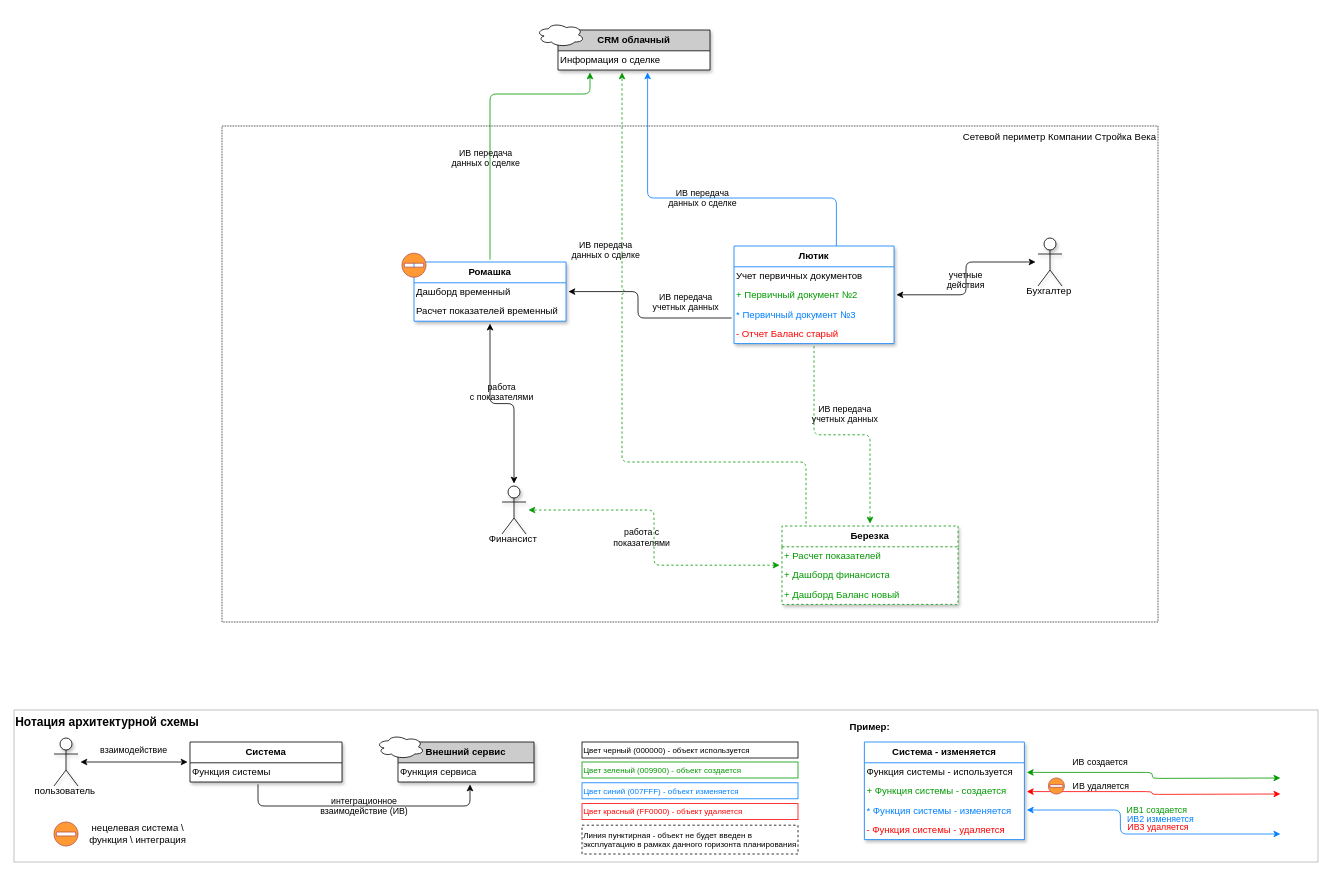
Earlier version of the draw.io diagram templates/L1-diagram-template.drawio (AndrewBiz/tarpar). Source tidied: cells renumbered, new cells numbered last; positions are measured from the earlier drawing's top-left corner, leaving out a move shared by most shapes. Both pictures are drawn from the tidied source at 80%, with x=0, y=0 at pixel (14, 14).
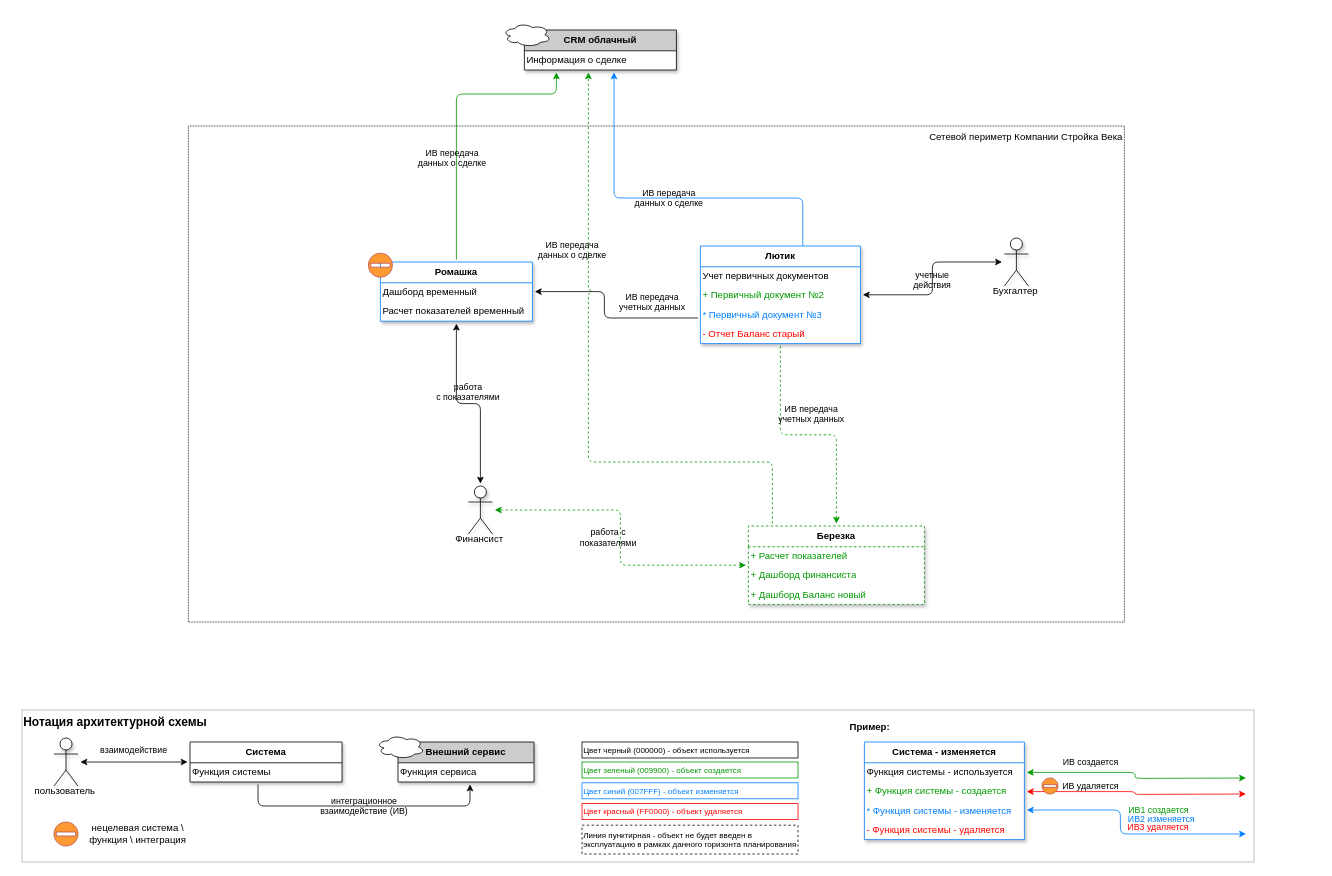
After the change.

The change refers to these unchanged cells:
```xml
<mxCell id="17" value="Система - изменяется" style="swimlane;strokeColor=#007FFF;rounded=0;strokeWidth=1;fontStyle=1;horizontal=1;startSize=26;fillColor=default;whiteSpace=wrap;labelBackgroundColor=none;swimlaneFillColor=#FFFFFF;swimlaneLine=1;shadow=1;glass=0;fixDash=0;movableLabel=0;noLabel=0;snapToPoint=0;perimeter=rectanglePerimeter;enumerate=0;comic=0;spacing=0;" parent="1" vertex="1">
  <mxGeometry x="1063" y="910" width="200" height="122" as="geometry" />
</mxCell>
<mxCell id="18" value="Функция системы - используется" style="text;strokeColor=none;fillColor=none;align=left;verticalAlign=middle;spacingLeft=0;spacingRight=0;overflow=hidden;points=[[0,0.5],[1,0.5]];portConstraint=eastwest;whiteSpace=wrap;fontColor=#000000;noLabel=0;enumerate=0;textShadow=0;labelPosition=center;verticalLabelPosition=middle;spacing=3;" parent="17" vertex="1">
  <mxGeometry y="26" width="200" height="24" as="geometry" />
</mxCell>
<mxCell id="19" value="+ Функция системы - создается" style="text;strokeColor=none;fillColor=none;align=left;verticalAlign=middle;spacingLeft=0;spacingRight=0;overflow=hidden;points=[[0,0.5],[1,0.5]];portConstraint=eastwest;whiteSpace=wrap;fontColor=#009900;enumerate=0;textShadow=0;labelPosition=center;verticalLabelPosition=middle;spacing=3;" parent="17" vertex="1">
  <mxGeometry y="50" width="200" height="24" as="geometry" />
</mxCell>
<mxCell id="54" value="CRM облачный" style="swimlane;strokeColor=#000000;rounded=0;strokeWidth=1;fontStyle=1;horizontal=1;startSize=26;fillColor=#CCCCCC;whiteSpace=wrap;labelBackgroundColor=none;swimlaneFillColor=#FFFFFF;swimlaneLine=1;shadow=1;glass=0;fixDash=0;movableLabel=0;noLabel=0;snapToPoint=0;perimeter=rectanglePerimeter;enumerate=0;comic=0;spacing=0;" parent="53" vertex="1">
  <mxGeometry x="30" y="20" width="190" height="50" as="geometry" />
</mxCell>
<mxCell id="55" value="Информация о сделке" style="text;strokeColor=none;fillColor=none;align=left;verticalAlign=middle;spacingLeft=0;spacingRight=0;overflow=hidden;points=[[0,0.5],[1,0.5]];portConstraint=eastwest;whiteSpace=wrap;fontColor=#000000;noLabel=0;enumerate=0;textShadow=0;labelPosition=center;verticalLabelPosition=middle;spacing=3;" parent="54" vertex="1">
  <mxGeometry y="26" width="190" height="24" as="geometry" />
</mxCell>
```

What changed in the source:
```diff
@@
-    <mxCell id="2" value="Нотация архитектурной схемы" style="rounded=0;whiteSpace=wrap;html=1;fillColor=none;strokeColor=#B3B3B3;verticalAlign=top;fontSize=15;strokeWidth=1;fontStyle=1;align=left;" parent="1" vertex="1">
-      <mxGeometry y="870" width="1630" height="190" as="geometry" />
+    <mxCell id="2" value="Нотация архитектурной схемы" style="rounded=0;whiteSpace=wrap;html=1;fillColor=default;strokeColor=#B3B3B3;verticalAlign=top;fontSize=15;strokeWidth=1;fontStyle=1;align=left;" parent="1" vertex="1">
+      <mxGeometry x="10" y="870" width="1540" height="190" as="geometry" />
     </mxCell>
@@
     <mxCell id="22" value="ИВ создается" style="edgeStyle=orthogonalEdgeStyle;rounded=1;jettySize=auto;fontColor=#000000;strokeColor=#009900;curved=0;fillOpacity=100;noJump=0;orthogonal=1;enumerate=0;perimeterSpacing=3;comic=0;arcSize=15;labelBackgroundColor=none;spacing=0;shadow=0;horizontal=1;startArrow=classic;startFill=1;jumpStyle=arc;" parent="1" edge="1" source="18">
       <mxGeometry x="-0.43" y="13" relative="1" as="geometry">
-        <mxPoint x="1583" y="955" as="targetPoint" />
+        <mxPoint x="1540" y="955" as="targetPoint" />
       </mxGeometry>
     </mxCell>
     <mxCell id="23" value="ИВ удаляется" style="edgeStyle=orthogonalEdgeStyle;rounded=1;jettySize=auto;fontColor=#000000;strokeColor=#FF0000;curved=0;fillOpacity=100;noJump=0;orthogonal=1;enumerate=0;perimeterSpacing=3;comic=0;arcSize=15;labelBackgroundColor=none;spacing=0;shadow=0;horizontal=1;startArrow=classic;startFill=1;jumpStyle=arc;" parent="1" edge="1" source="19">
       <mxGeometry x="-0.42" y="7" relative="1" as="geometry">
-        <mxPoint x="1583" y="975" as="targetPoint" />
+        <mxPoint x="1540" y="975" as="targetPoint" />
       </mxGeometry>
     </mxCell>
     <mxCell id="24" value="ИВ1 создается" style="edgeStyle=orthogonalEdgeStyle;rounded=1;jettySize=auto;fontColor=#009900;strokeColor=#007FFF;curved=0;fillOpacity=100;noJump=0;orthogonal=1;enumerate=0;perimeterSpacing=3;comic=0;arcSize=15;labelBackgroundColor=none;spacing=0;shadow=0;horizontal=1;startArrow=classic;startFill=1;jumpStyle=arc;" parent="1" edge="1" source="17">
-      <mxGeometry x="0.11" y="30" relative="1" as="geometry">
-        <mxPoint x="1583" y="1025" as="targetPoint" />
+      <mxGeometry x="0.28" y="30" relative="1" as="geometry">
+        <mxPoint x="1540" y="1025" as="targetPoint" />
         <Array as="points">
           <mxPoint x="1383" y="995" />
           <mxPoint x="1383" y="1025" />
         </Array>
       </mxGeometry>
     </mxCell>
     <mxCell id="25" value="ИВ2 изменяется" style="edgeLabel;align=center;verticalAlign=middle;labelBackgroundColor=none;fontColor=#007FFF;" parent="24" vertex="1">
       <mxGeometry x="0.21" relative="1" as="geometry">
-        <mxPoint x="-13" y="-20" as="offset" />
+        <mxPoint x="14" y="-20" as="offset" />
       </mxGeometry>
     </mxCell>
     <mxCell id="26" value="ИВ3 удаляется" style="edgeLabel;align=center;verticalAlign=middle;labelBackgroundColor=none;fontColor=#FF0000;" parent="24" vertex="1">
       <mxGeometry x="0.21" relative="1" as="geometry">
-        <mxPoint x="-16" y="-10" as="offset" />
+        <mxPoint x="10" y="-10" as="offset" />
       </mxGeometry>
     </mxCell>
@@
     <mxCell id="30" style="shape=mxgraph.signs.safety.no_entry;html=1;fillColor=#FF9933;strokeColor=#b85450;verticalLabelPosition=bottom;verticalAlign=top;align=center;sketch=0;" parent="1" vertex="1">
-      <mxGeometry x="1293" y="955" width="20" height="20" as="geometry" />
+      <mxGeometry x="1285" y="955" width="20" height="20" as="geometry" />
     </mxCell>
@@
     <mxCell id="32" value="Сетевой периметр Компании Стройка Века" style="rounded=0;whiteSpace=wrap;html=1;fillColor=default;verticalAlign=top;align=right;dashed=1;dashPattern=1 1;shadow=0;" parent="31" vertex="1">
-      <mxGeometry x="260" y="140" width="1170" height="620" as="geometry" />
+      <mxGeometry x="218" y="140" width="1170" height="620" as="geometry" />
     </mxCell>
     <mxCell id="33" value="Ромашка" style="swimlane;strokeColor=#007FFF;rounded=0;strokeWidth=1;fontStyle=1;horizontal=1;startSize=26;fillColor=default;whiteSpace=wrap;labelBackgroundColor=none;swimlaneFillColor=#FFFFFF;swimlaneLine=1;shadow=1;glass=0;fixDash=0;movableLabel=0;noLabel=0;snapToPoint=0;perimeter=rectanglePerimeter;enumerate=0;comic=0;spacing=0;" parent="31" vertex="1">
-      <mxGeometry x="500" y="310" width="190" height="74" as="geometry" />
+      <mxGeometry x="458" y="310" width="190" height="74" as="geometry" />
     </mxCell>
@@
     <mxCell id="36" value="Лютик" style="swimlane;strokeColor=#007FFF;rounded=0;strokeWidth=1;fontStyle=1;horizontal=1;startSize=26;fillColor=default;whiteSpace=wrap;labelBackgroundColor=none;swimlaneFillColor=#FFFFFF;swimlaneLine=1;shadow=1;glass=0;fixDash=0;movableLabel=0;noLabel=0;snapToPoint=0;perimeter=rectanglePerimeter;enumerate=0;comic=0;spacing=0;" parent="31" vertex="1">
-      <mxGeometry x="900" y="290" width="200" height="122" as="geometry" />
+      <mxGeometry x="858" y="290" width="200" height="122" as="geometry" />
     </mxCell>
@@
     <mxCell id="41" value="Финансист" style="shape=umlActor;verticalLabelPosition=bottom;verticalAlign=top;outlineConnect=0;movableLabel=1;enumerate=0;comic=0;textShadow=0;shadow=1;" parent="31" vertex="1">
-      <mxGeometry x="610" y="590" width="30" height="60" as="geometry">
+      <mxGeometry x="568" y="590" width="30" height="60" as="geometry">
         <mxPoint x="-1" y="-8" as="offset" />
       </mxGeometry>
     </mxCell>
     <mxCell id="42" value="Березка" style="swimlane;strokeColor=#009900;rounded=0;strokeWidth=1;fontStyle=1;horizontal=1;startSize=26;fillColor=default;whiteSpace=wrap;labelBackgroundColor=none;swimlaneFillColor=#FFFFFF;swimlaneLine=1;shadow=1;glass=0;fixDash=0;movableLabel=0;noLabel=0;snapToPoint=0;perimeter=rectanglePerimeter;enumerate=0;comic=0;spacing=0;dashed=1;" parent="31" vertex="1">
-      <mxGeometry x="960" y="640" width="220" height="98" as="geometry" />
+      <mxGeometry x="918" y="640" width="220" height="98" as="geometry" />
     </mxCell>
@@
     <mxCell id="47" value="Бухгалтер" style="shape=umlActor;verticalLabelPosition=bottom;verticalAlign=top;outlineConnect=0;movableLabel=1;enumerate=0;comic=0;textShadow=0;shadow=1;" parent="31" vertex="1">
-      <mxGeometry x="1280" y="280" width="30" height="60" as="geometry">
+      <mxGeometry x="1238" y="280" width="30" height="60" as="geometry">
         <mxPoint x="-1" y="-8" as="offset" />
       </mxGeometry>
     </mxCell>
@@
     <mxCell id="49" style="shape=mxgraph.signs.safety.no_entry;html=1;fillColor=#FF9933;strokeColor=#b85450;verticalLabelPosition=bottom;verticalAlign=top;align=center;sketch=0;" parent="31" vertex="1">
-      <mxGeometry x="485" y="299" width="30" height="30" as="geometry" />
+      <mxGeometry x="443" y="299" width="30" height="30" as="geometry" />
     </mxCell>
@@
     <mxCell id="51" value="ИВ передача&#10;учетных данных" style="edgeStyle=orthogonalEdgeStyle;rounded=1;jettySize=auto;fontColor=#000000;strokeColor=#000000;curved=0;fillOpacity=100;noJump=0;orthogonal=1;enumerate=0;perimeterSpacing=3;comic=0;arcSize=15;labelBackgroundColor=none;spacing=0;shadow=0;horizontal=1;jumpStyle=arc;" parent="31" edge="1" source="36" target="33">
       <mxGeometry x="-0.52" y="-20" relative="1" as="geometry">
         <Array as="points">
-          <mxPoint x="780" y="380" />
-          <mxPoint x="780" y="347" />
+          <mxPoint x="738" y="380" />
+          <mxPoint x="738" y="347" />
         </Array>
       </mxGeometry>
     </mxCell>
@@
     <mxCell id="53" style="group;" parent="31" vertex="1">
-      <mxGeometry x="650" width="220" height="70" as="geometry" />
+      <mxGeometry x="608" width="220" height="70" as="geometry" />
     </mxCell>
@@
     <mxCell id="57" value="ИВ передача&#10;данных о сделке" style="edgeStyle=orthogonalEdgeStyle;rounded=1;jettySize=auto;fontColor=#000000;strokeColor=#007FFF;curved=0;fillOpacity=100;noJump=0;orthogonal=1;enumerate=0;perimeterSpacing=3;comic=0;arcSize=15;labelBackgroundColor=none;spacing=0;shadow=0;horizontal=1;jumpStyle=arc;exitX=0.64;exitY=0;exitDx=0;exitDy=0;exitPerimeter=0;" parent="31" edge="1" source="36" target="54">
       <mxGeometry relative="1" as="geometry">
         <Array as="points">
-          <mxPoint x="1028" y="230" />
-          <mxPoint x="792" y="230" />
+          <mxPoint x="986" y="230" />
+          <mxPoint x="750" y="230" />
         </Array>
       </mxGeometry>
     </mxCell>
     <mxCell id="58" value="ИВ передача&#10;данных о сделке" style="edgeStyle=orthogonalEdgeStyle;rounded=1;jettySize=auto;fontColor=#000000;strokeColor=#009900;curved=0;fillOpacity=100;noJump=0;orthogonal=1;enumerate=0;perimeterSpacing=3;comic=0;arcSize=15;labelBackgroundColor=none;spacing=0;shadow=0;horizontal=1;jumpStyle=arc;" parent="31" edge="1" source="33" target="54">
       <mxGeometry x="-0.29" y="5" relative="1" as="geometry">
         <Array as="points">
-          <mxPoint x="595" y="100" />
-          <mxPoint x="720" y="100" />
+          <mxPoint x="553" y="100" />
+          <mxPoint x="678" y="100" />
         </Array>
       </mxGeometry>
     </mxCell>
     <mxCell id="59" value="ИВ передача&#10;данных о сделке" style="edgeStyle=orthogonalEdgeStyle;rounded=1;jettySize=auto;fontColor=#000000;strokeColor=#009900;curved=0;fillOpacity=100;noJump=0;orthogonal=1;enumerate=0;perimeterSpacing=3;comic=0;arcSize=15;labelBackgroundColor=none;spacing=0;shadow=0;horizontal=1;jumpStyle=arc;dashed=1;" parent="31" edge="1" source="42" target="55">
       <mxGeometry x="0.44" y="20" relative="1" as="geometry">
         <Array as="points">
-          <mxPoint x="990" y="560" />
-          <mxPoint x="760" y="560" />
+          <mxPoint x="948" y="560" />
+          <mxPoint x="718" y="560" />
         </Array>
       </mxGeometry>
     </mxCell>
```
